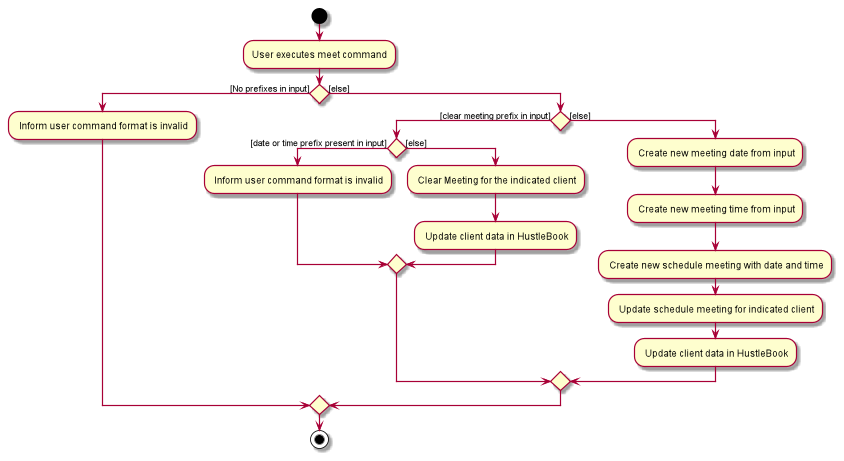
Before: docs/images/ScheduleMeetingActivityDiagram.png, a diagram exported from PlantUML (nus-cs2103-AY2122S2/tp). The source it was exported from:
```plantuml
@startuml
start
:User executes meet command;

if () then ([No prefixes in input])
    : Inform user command format is invalid;
else ([else])
    if () then ([clear meeting prefix in input])
        if () then ([date or time prefix present in input])
            : Inform user command format is invalid;
        else ([else])
            : Clear Meeting for the indicated client;
            : Update client data in HustleBook;
        endif
    else ([else])
        : Create new meeting date from input;
        : Create new meeting time from input;
        : Create new schedule meeting with date and time;
        : Update schedule meeting for indicated client;
        : Update client data in HustleBook;
    endif
endif
stop
@enduml
```
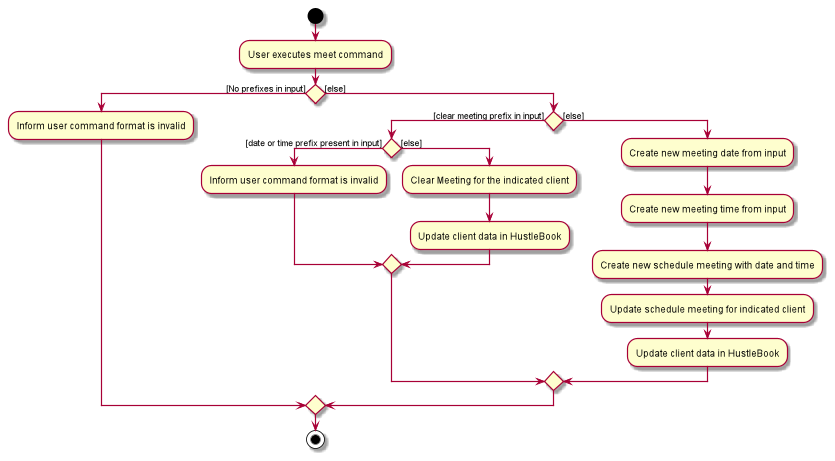
The same diagram one commit later.

The edit, as a diff of the source:
```diff
@@ -3,21 +3,21 @@
 :User executes meet command;
 
 if () then ([No prefixes in input])
-    : Inform user command format is invalid;
+    :Inform user command format is invalid;
 else ([else])
     if () then ([clear meeting prefix in input])
         if () then ([date or time prefix present in input])
-            : Inform user command format is invalid;
+            :Inform user command format is invalid;
         else ([else])
-            : Clear Meeting for the indicated client;
-            : Update client data in HustleBook;
+            :Clear Meeting for the indicated client;
+            :Update client data in HustleBook;
         endif
     else ([else])
-        : Create new meeting date from input;
-        : Create new meeting time from input;
-        : Create new schedule meeting with date and time;
-        : Update schedule meeting for indicated client;
-        : Update client data in HustleBook;
+        :Create new meeting date from input;
+        :Create new meeting time from input;
+        :Create new schedule meeting with date and time;
+        :Update schedule meeting for indicated client;
+        :Update client data in HustleBook;
     endif
 endif
 stop
```
